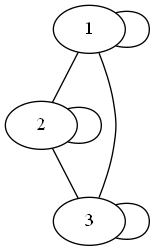
Above: dz4/graph1.png in Whatislove00/Dz2 (Graphviz), before the change. Its source is kept beside it as dz4/graph1.dot.
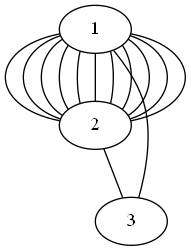
After the change.

Diff of the diagram source:
```diff
@@ -2,10 +2,17 @@
 1;
 2;
 3;
-1 -- 1;
+1 -- 2;
+1 -- 2;
+1 -- 2;
+1 -- 2;
+1 -- 2;
+1 -- 2;
+1 -- 2;
+1 -- 2;
+1 -- 2;
+1 -- 2;
 1 -- 2;
 1 -- 3;
-2 -- 2;
 2 -- 3;
-3 -- 3;
 }
```
